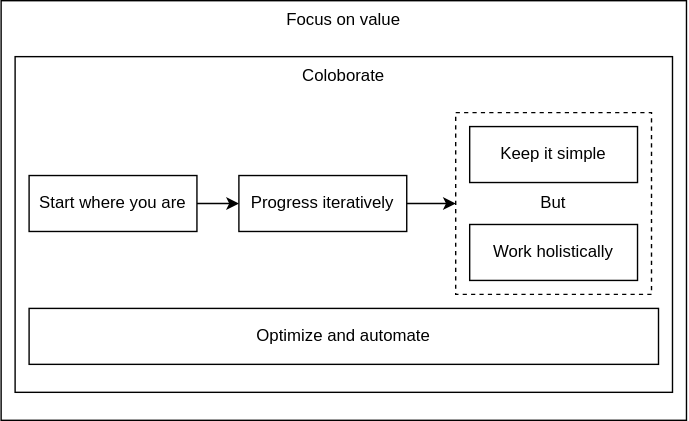
EnProxima/Experience keeps this draw.io diagram as 02. Service Management/Images/ITIL_guidigprinciples.svg. Above is the earlier version. Source tidied: cells renumbered, new cells last; positions are measured from the earlier drawing's top-left corner, leaving out a move shared by most shapes.
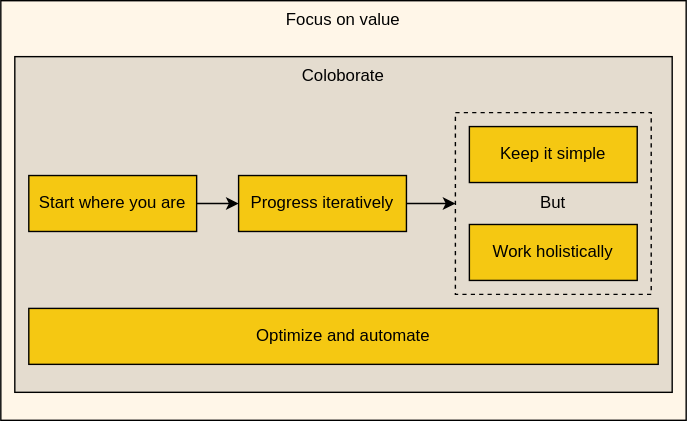
After the change.

Diff of the diagram source:
```diff
@@ -2,41 +2,38 @@
   <root>
     <mxCell id="0" />
     <mxCell id="1" parent="0" />
-    <mxCell id="2" value="Focus on value" style="rounded=0;whiteSpace=wrap;html=1;horizontal=1;verticalAlign=top;" parent="1" vertex="1">
+    <mxCell id="2" value="Focus on value" style="rounded=0;whiteSpace=wrap;html=1;horizontal=1;verticalAlign=top;fillColor=#FFF6E8;" parent="1" vertex="1">
       <mxGeometry width="490" height="300" as="geometry" />
     </mxCell>
-    <mxCell id="3" value="Coloborate" style="rounded=0;whiteSpace=wrap;html=1;verticalAlign=top;" parent="1" vertex="1">
+    <mxCell id="3" value="Coloborate" style="rounded=0;whiteSpace=wrap;html=1;verticalAlign=top;fillColor=#E4DCCF;" parent="1" vertex="1">
       <mxGeometry x="10" y="40" width="470" height="240" as="geometry" />
     </mxCell>
     <mxCell id="4" style="edgeStyle=none;html=1;entryX=0;entryY=0.5;entryDx=0;entryDy=0;" parent="1" edge="1" source="5" target="7">
       <mxGeometry relative="1" as="geometry" />
     </mxCell>
-    <mxCell id="5" value="Start where you are" style="rounded=0;whiteSpace=wrap;html=1;" parent="1" vertex="1">
+    <mxCell id="5" value="Start where you are" style="rounded=0;whiteSpace=wrap;html=1;fillColor=#F5C812;" parent="1" vertex="1">
       <mxGeometry x="20" y="125" width="120" height="40" as="geometry" />
     </mxCell>
     <mxCell id="6" style="edgeStyle=none;html=1;exitX=1;exitY=0.5;exitDx=0;exitDy=0;" parent="1" edge="1" source="7" target="10">
       <mxGeometry relative="1" as="geometry" />
     </mxCell>
-    <mxCell id="7" value="Progress iteratively" style="rounded=0;whiteSpace=wrap;html=1;" parent="1" vertex="1">
+    <mxCell id="7" value="Progress iteratively" style="rounded=0;whiteSpace=wrap;html=1;fillColor=#F5C812;" parent="1" vertex="1">
       <mxGeometry x="170" y="125" width="120" height="40" as="geometry" />
     </mxCell>
-    <mxCell id="8" value="Optimize and automate" style="rounded=0;whiteSpace=wrap;html=1;" parent="1" vertex="1">
+    <mxCell id="8" value="Optimize and automate" style="rounded=0;whiteSpace=wrap;html=1;fillColor=#F5C812;" parent="1" vertex="1">
       <mxGeometry x="20" y="220" width="450" height="40" as="geometry" />
     </mxCell>
-    <mxCell id="9" style="group;" parent="1" vertex="1">
-      <mxGeometry x="325" y="80" width="140" height="130" as="geometry" />
-    </mxCell>
-    <mxCell id="10" style="rounded=0;whiteSpace=wrap;html=1;dashed=1;" parent="9" vertex="1">
-      <mxGeometry width="140" height="130" as="geometry" />
+    <mxCell id="10" style="rounded=0;whiteSpace=wrap;html=1;dashed=1;fillColor=none;" parent="1" vertex="1">
+      <mxGeometry x="325" y="80" width="140" height="130" as="geometry" />
     </mxCell>
-    <mxCell id="11" value="Work holistically" style="rounded=0;whiteSpace=wrap;html=1;" parent="9" vertex="1">
-      <mxGeometry x="10" y="80" width="120" height="40" as="geometry" />
+    <mxCell id="11" value="Work holistically" style="rounded=0;whiteSpace=wrap;html=1;fillColor=#F5C812;" parent="1" vertex="1">
+      <mxGeometry x="335" y="160" width="120" height="40" as="geometry" />
     </mxCell>
-    <mxCell id="12" value="Keep it simple" style="rounded=0;whiteSpace=wrap;html=1;" parent="9" vertex="1">
-      <mxGeometry x="10" y="10" width="120" height="40" as="geometry" />
+    <mxCell id="12" value="Keep it simple" style="rounded=0;whiteSpace=wrap;html=1;fillColor=#F5C812;" parent="1" vertex="1">
+      <mxGeometry x="335" y="90" width="120" height="40" as="geometry" />
     </mxCell>
-    <mxCell id="13" value="But" style="text;html=1;strokeColor=none;fillColor=none;align=center;verticalAlign=middle;whiteSpace=wrap;rounded=0;" parent="9" vertex="1">
-      <mxGeometry x="40" y="50" width="60" height="30" as="geometry" />
+    <mxCell id="13" value="But" style="text;html=1;strokeColor=none;fillColor=none;align=center;verticalAlign=middle;whiteSpace=wrap;rounded=0;" parent="1" vertex="1">
+      <mxGeometry x="365" y="130" width="60" height="30" as="geometry" />
     </mxCell>
   </root>
 </mxGraphModel>
```
